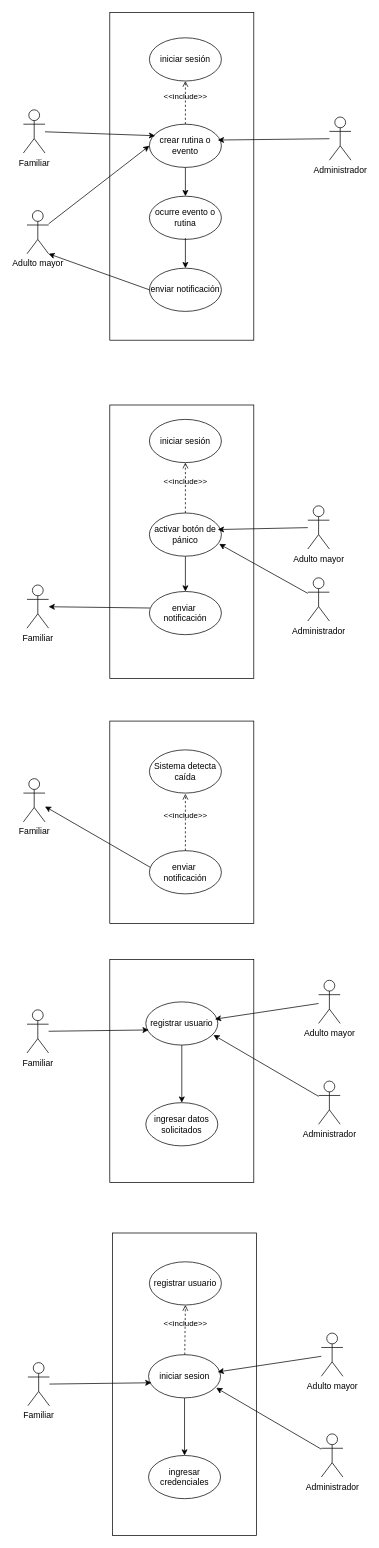
The draw.io diagram Fase 1/Evidencias Proyecto/Diagrama de caso de uso.drawio in DavidGuentelicanDev/Portafolio_Grupo4_TatasApp, before the edit. Source tidied: cells renumbered, new cells numbered last; positions are measured from the earlier drawing's top-left corner, leaving out a move shared by most shapes. Both pictures are drawn from the tidied source at 72%, with x=0, y=0 at pixel (23, 12).
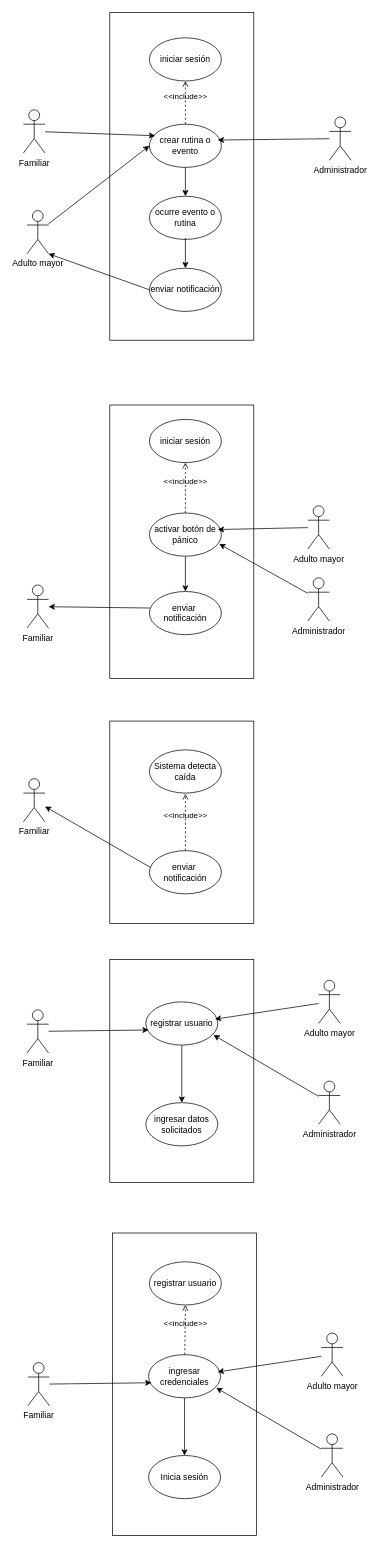
The same diagram, later.

The edit, as a diff of the source:
```diff
@@
-    <mxCell id="48" value="iniciar sesion" style="ellipse;whiteSpace=wrap;html=1;" parent="1" vertex="1">
+    <mxCell id="48" value="ingresar credenciales" style="ellipse;whiteSpace=wrap;html=1;" parent="1" vertex="1">
       <mxGeometry x="173.8" y="1864" width="100" height="60" as="geometry" />
     </mxCell>
@@
-    <mxCell id="51" value="ingresar credenciales" style="ellipse;whiteSpace=wrap;html=1;" parent="1" vertex="1">
+    <mxCell id="51" value="Inicia sesión" style="ellipse;whiteSpace=wrap;html=1;" parent="1" vertex="1">
       <mxGeometry x="173.8" y="2004" width="100" height="60" as="geometry" />
     </mxCell>
```
